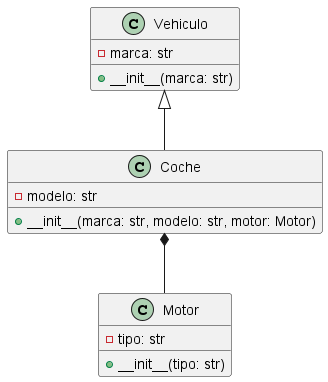
Earlier version of the PlantUML export docs/diagramas/sistema.png (JLVega05/proyecto-uml). Its diagram source:
```plantuml
@startuml sistema
class Vehiculo {
  - marca: str
  + __init__(marca: str)
}

class Coche {
  - modelo: str
  + __init__(marca: str, modelo: str, motor: Motor)
}


class Motor {
  - tipo: str
  + __init__(tipo: str)
}

Vehiculo <|-- Coche
Coche *-- Motor
@enduml
```
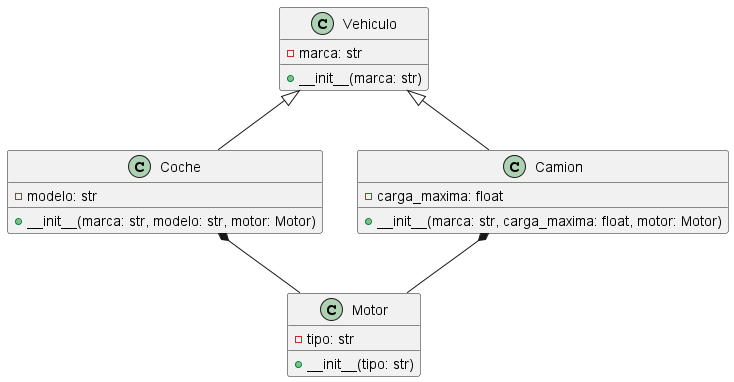
Above is the later version.

Commit message:
Añadida clase 'camion' +  actualización en el main + actualización de los diagramas

What changed in the source:
```diff
@@ -9,6 +9,10 @@
   + __init__(marca: str, modelo: str, motor: Motor)
 }
 
+class Camion {
+  - carga_maxima: float
+  + __init__(marca: str, carga_maxima: float, motor: Motor)
+}
 
 class Motor {
   - tipo: str
@@ -16,5 +20,7 @@
 }
 
 Vehiculo <|-- Coche
+Vehiculo <|-- Camion
 Coche *-- Motor
+Camion *-- Motor
 @enduml
```
